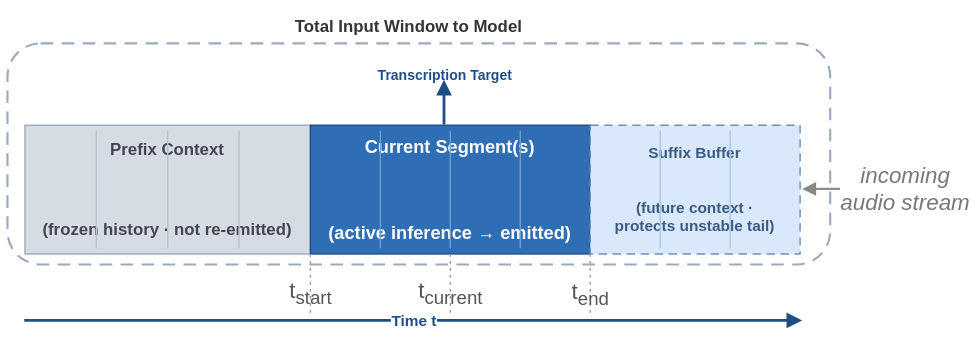
Earlier version of the draw.io export paper/tougao/attach/drawprompt/pic4.drawio.svg (hua0424/streamllm). Source tidied: cells renumbered, new cells last; positions are measured from the earlier drawing's top-left corner, leaving out a move shared by most shapes.
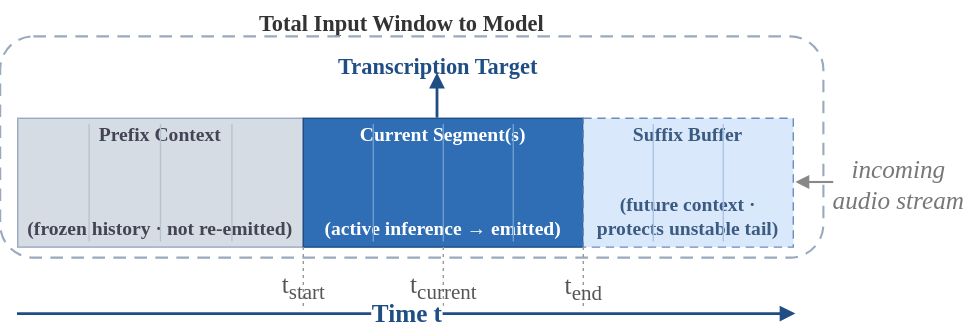
After the change.

What changed in the source:
```diff
@@ -2,7 +2,7 @@
   <root>
     <mxCell id="0" />
     <mxCell id="1" parent="0" />
-    <mxCell id="2" value="Total Input Window to Model" style="text;html=1;align=center;fontSize=12;fontStyle=1;fontColor=#333333;" parent="1" vertex="1">
+    <mxCell id="2" value="&lt;font face=&quot;Times New Roman&quot; style=&quot;font-size: 16px;&quot;&gt;Total Input Window to Model&lt;/font&gt;" style="text;html=1;align=center;fontSize=12;fontStyle=1;fontColor=#333333;" parent="1" vertex="1">
       <mxGeometry x="126" width="320" height="18" as="geometry" />
     </mxCell>
     <mxCell id="3" style="rounded=1;whiteSpace=wrap;html=1;fillColor=none;strokeColor=#9aa9bd;strokeWidth=1.5;dashed=1;dashPattern=6 4;" parent="1" vertex="1">
@@ -14,16 +14,16 @@
         <mxPoint x="312" y="52" as="targetPoint" />
       </mxGeometry>
     </mxCell>
-    <mxCell id="5" value="Transcription Target" style="text;html=1;align=center;fontSize=10;fontStyle=1;fontColor=#1f4e85;" parent="1" vertex="1">
-      <mxGeometry x="222" y="36" width="180" height="14" as="geometry" />
+    <mxCell id="5" value="&lt;font face=&quot;Times New Roman&quot; style=&quot;font-size: 16px;&quot;&gt;Transcription Target&lt;/font&gt;" style="text;html=1;align=center;fontSize=10;fontStyle=1;fontColor=#1f4e85;" parent="1" vertex="1">
+      <mxGeometry x="222" y="31" width="180" height="14" as="geometry" />
     </mxCell>
-    <mxCell id="6" value="Prefix Context&#10;&#10;&#10;&#10;(frozen history · not re-emitted)" style="rounded=0;whiteSpace=wrap;html=1;fillColor=#d6dce3;strokeColor=#9aa9bd;fontSize=12;fontStyle=1;fontColor=#445;verticalAlign=middle;" parent="1" vertex="1">
+    <mxCell id="6" value="&lt;font face=&quot;Times New Roman&quot; style=&quot;font-size: 14px;&quot;&gt;Prefix Context&lt;br&gt;&lt;br&gt;&lt;br&gt;&lt;br&gt;(frozen history · not re-emitted)&lt;/font&gt;" style="rounded=0;whiteSpace=wrap;html=1;fillColor=#d6dce3;strokeColor=#9aa9bd;fontSize=12;fontStyle=1;fontColor=#445;verticalAlign=middle;" parent="1" vertex="1">
       <mxGeometry x="12" y="84" width="204" height="92" as="geometry" />
     </mxCell>
-    <mxCell id="7" value="Current Segment(s)&#10;&#10;&#10;&#10;(active inference → emitted)" style="rounded=0;whiteSpace=wrap;html=1;fillColor=#2f6db5;strokeColor=#1f4e85;fontSize=13;fontStyle=1;fontColor=#ffffff;verticalAlign=middle;" parent="1" vertex="1">
+    <mxCell id="7" value="&lt;font face=&quot;Times New Roman&quot; style=&quot;font-size: 14px;&quot;&gt;Current Segment(s)&lt;br&gt;&lt;br&gt;&lt;br&gt;&lt;br&gt;(active inference → emitted)&lt;/font&gt;" style="rounded=0;whiteSpace=wrap;html=1;fillColor=#2f6db5;strokeColor=#1f4e85;fontSize=13;fontStyle=1;fontColor=#ffffff;verticalAlign=middle;" parent="1" vertex="1">
       <mxGeometry x="216" y="84" width="200" height="92" as="geometry" />
     </mxCell>
-    <mxCell id="8" value="Suffix Buffer&#10;&#10;&#10;(future context ·&#10;protects unstable tail)" style="rounded=0;whiteSpace=wrap;html=1;fillColor=#dae8fc;strokeColor=#6c8ebf;dashed=1;dashPattern=6 4;fontSize=11;fontStyle=1;fontColor=#3b5b80;verticalAlign=middle;" parent="1" vertex="1">
+    <mxCell id="8" value="&lt;font face=&quot;Times New Roman&quot; style=&quot;font-size: 14px;&quot;&gt;Suffix Buffer&lt;br&gt;&lt;br&gt;&lt;br&gt;(future context ·&lt;br&gt;protects unstable tail)&lt;/font&gt;" style="rounded=0;whiteSpace=wrap;html=1;fillColor=#dae8fc;strokeColor=#6c8ebf;dashed=1;dashPattern=6 4;fontSize=11;fontStyle=1;fontColor=#3b5b80;verticalAlign=middle;" parent="1" vertex="1">
       <mxGeometry x="416" y="84" width="150" height="92" as="geometry" />
     </mxCell>
     <mxCell id="9" style="endArrow=none;html=1;strokeColor=#b8c2cf;strokeWidth=1;" parent="1" edge="1">
@@ -74,7 +74,7 @@
         <mxPoint x="516" y="172" as="targetPoint" />
       </mxGeometry>
     </mxCell>
-    <mxCell id="17" value="&lt;font style=&quot;font-size: 16px;&quot;&gt;incoming&lt;br&gt;audio stream&lt;/font&gt;" style="text;html=1;align=center;fontSize=9;fontStyle=2;fontColor=#777777;" parent="1" vertex="1">
+    <mxCell id="17" value="&lt;font style=&quot;font-size: 18px;&quot; face=&quot;Times New Roman&quot;&gt;incoming&lt;br&gt;audio stream&lt;/font&gt;" style="text;html=1;align=center;fontSize=9;fontStyle=2;fontColor=#777777;" parent="1" vertex="1">
       <mxGeometry x="595" y="104" width="92" height="26" as="geometry" />
     </mxCell>
     <mxCell id="18" style="endArrow=block;html=1;strokeColor=#888888;strokeWidth=1.5;exitX=0;exitY=1;exitDx=0;exitDy=0;" parent="1" edge="1" source="17">
@@ -100,16 +100,16 @@
         <mxPoint x="416" y="218" as="targetPoint" />
       </mxGeometry>
     </mxCell>
-    <mxCell id="22" value="&lt;font style=&quot;font-size: 16px;&quot;&gt;t&lt;sub style=&quot;&quot;&gt;start&lt;/sub&gt;&lt;/font&gt;" style="text;html=1;align=center;fontSize=10;fontColor=#555555;" parent="1" vertex="1">
+    <mxCell id="22" value="&lt;font style=&quot;font-size: 18px;&quot; face=&quot;Times New Roman&quot;&gt;t&lt;sub style=&quot;&quot;&gt;start&lt;/sub&gt;&lt;/font&gt;" style="text;html=1;align=center;fontSize=10;fontColor=#555555;" parent="1" vertex="1">
       <mxGeometry x="191" y="186" width="50" height="14" as="geometry" />
     </mxCell>
-    <mxCell id="23" value="&lt;font style=&quot;font-size: 16px;&quot;&gt;t&lt;sub style=&quot;&quot;&gt;current&lt;/sub&gt;&lt;/font&gt;" style="text;html=1;align=center;fontSize=10;fontColor=#555555;" parent="1" vertex="1">
+    <mxCell id="23" value="&lt;font style=&quot;font-size: 18px;&quot; face=&quot;Times New Roman&quot;&gt;t&lt;sub style=&quot;&quot;&gt;current&lt;/sub&gt;&lt;/font&gt;" style="text;html=1;align=center;fontSize=10;fontColor=#555555;" parent="1" vertex="1">
       <mxGeometry x="286" y="186" width="60" height="14" as="geometry" />
     </mxCell>
-    <mxCell id="24" value="&lt;font style=&quot;font-size: 16px;&quot;&gt;t&lt;sub style=&quot;&quot;&gt;end&lt;/sub&gt;&lt;/font&gt;" style="text;html=1;align=center;fontSize=10;fontColor=#555555;" parent="1" vertex="1">
+    <mxCell id="24" value="&lt;font style=&quot;font-size: 18px;&quot; face=&quot;Times New Roman&quot;&gt;t&lt;sub style=&quot;&quot;&gt;end&lt;/sub&gt;&lt;/font&gt;" style="text;html=1;align=center;fontSize=10;fontColor=#555555;" parent="1" vertex="1">
       <mxGeometry x="391" y="187" width="50" height="14" as="geometry" />
     </mxCell>
-    <mxCell id="25" value="Time t" style="endArrow=block;html=1;strokeColor=#1f4e85;strokeWidth=2;fontSize=11;fontStyle=1;fontColor=#1f4e85;" parent="1" edge="1">
+    <mxCell id="25" value="&lt;font face=&quot;Times New Roman&quot; style=&quot;font-size: 18px;&quot;&gt;Time t&lt;/font&gt;" style="endArrow=block;html=1;strokeColor=#1f4e85;strokeWidth=2;fontSize=11;fontStyle=1;fontColor=#1f4e85;" parent="1" edge="1">
       <mxGeometry relative="1" as="geometry">
         <mxPoint x="12" y="224" as="sourcePoint" />
         <mxPoint x="568" y="224" as="targetPoint" />
```
